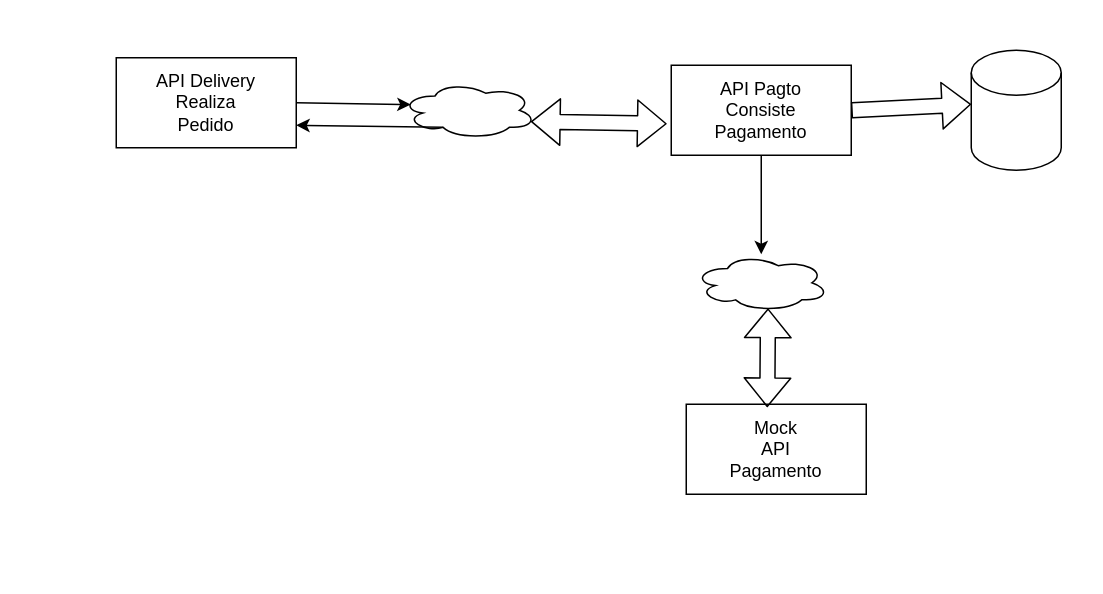
Before: devboost.dronedelivery/Document/Fluxo de Pagamento.drawio in frodoeric/-devboost.microservices, a draw.io diagram. Source tidied: cells renumbered, new cells numbered last; positions are measured from the earlier drawing's top-left corner, leaving out a move shared by most shapes. Both pictures are drawn from the tidied source at 150%, with x=0, y=0 at pixel (116, 50).
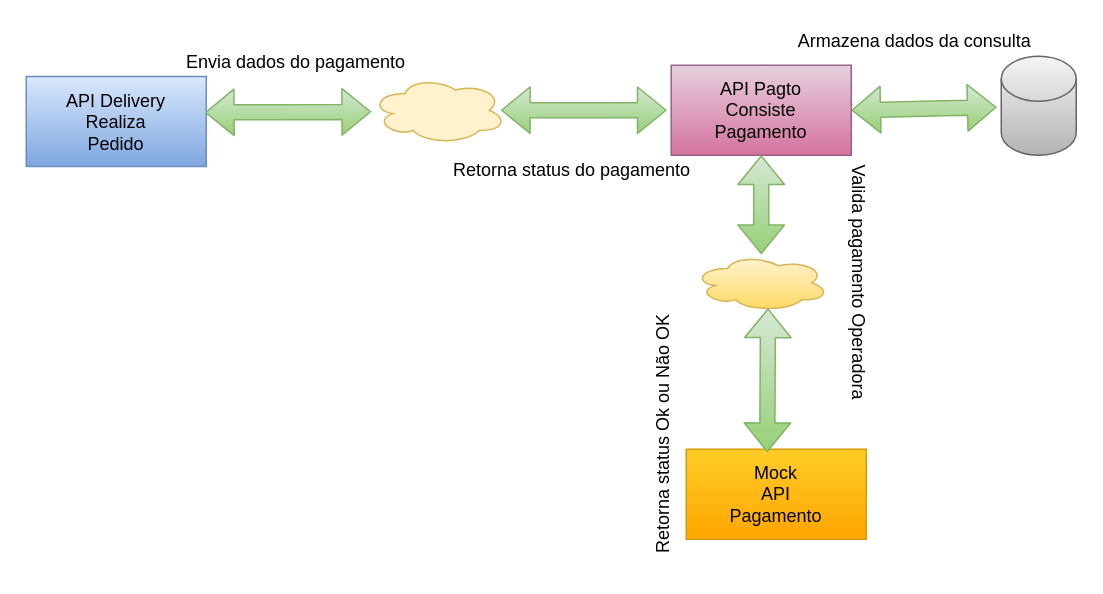
Above is the later version.

Commit message (it also covers changes not shown here):
Atualizado desenho do fluxo de pagamento

Change to the diagram source:
```diff
@@
 <mxGraphModel>
   <root>
     <mxCell id="0" />
     <mxCell id="1" parent="0" />
-    <mxCell id="2" value="API Delivery&lt;br&gt;Realiza&lt;br&gt;Pedido" style="rounded=0;whiteSpace=wrap;html=1;" parent="1" vertex="1">
-      <mxGeometry y="5" width="120" height="60" as="geometry" />
+    <mxCell id="2" value="API Delivery&lt;br&gt;Realiza&lt;br&gt;Pedido" style="rounded=0;whiteSpace=wrap;html=1;gradientColor=#7ea6e0;fillColor=#dae8fc;strokeColor=#6c8ebf;" parent="1" vertex="1">
+      <mxGeometry x="-60" y="17.5" width="120" height="60" as="geometry" />
     </mxCell>
-    <mxCell id="3" style="ellipse;shape=cloud;whiteSpace=wrap;html=1;" parent="1" vertex="1">
-      <mxGeometry x="190" y="21" width="90" height="38" as="geometry" />
+    <mxCell id="3" style="ellipse;shape=cloud;whiteSpace=wrap;html=1;fillColor=#fff2cc;strokeColor=#d6b656;" parent="1" vertex="1">
+      <mxGeometry x="170" y="17.5" width="90" height="45" as="geometry" />
     </mxCell>
-    <mxCell id="4" style="endArrow=classic;html=1;exitX=1;exitY=0.5;exitDx=0;exitDy=0;entryX=0.07;entryY=0.4;entryDx=0;entryDy=0;entryPerimeter=0;" parent="1" edge="1" source="2" target="3">
-      <mxGeometry relative="1" as="geometry" />
-    </mxCell>
-    <mxCell id="5" value="API Pagto&lt;br&gt;Consiste&lt;br&gt;Pagamento" style="rounded=0;whiteSpace=wrap;html=1;" parent="1" vertex="1">
+    <mxCell id="5" value="API Pagto&lt;br&gt;Consiste&lt;br&gt;Pagamento" style="rounded=0;whiteSpace=wrap;html=1;gradientColor=#d5739d;fillColor=#e6d0de;strokeColor=#996185;" parent="1" vertex="1">
       <mxGeometry x="370" y="10" width="120" height="60" as="geometry" />
     </mxCell>
-    <mxCell id="6" style="ellipse;shape=cloud;whiteSpace=wrap;html=1;" parent="1" vertex="1">
+    <mxCell id="6" style="ellipse;shape=cloud;whiteSpace=wrap;html=1;gradientColor=#ffd966;fillColor=#fff2cc;strokeColor=#d6b656;" parent="1" vertex="1">
       <mxGeometry x="385" y="136" width="90" height="38" as="geometry" />
     </mxCell>
-    <mxCell id="7" style="endArrow=classic;html=1;exitX=0.5;exitY=1;exitDx=0;exitDy=0;" parent="1" edge="1" source="5" target="6">
-      <mxGeometry relative="1" as="geometry" />
-    </mxCell>
-    <mxCell id="8" value="Mock&lt;br&gt;API&lt;br&gt;Pagamento" style="rounded=0;whiteSpace=wrap;html=1;" parent="1" vertex="1">
-      <mxGeometry x="380" y="236" width="120" height="60" as="geometry" />
+    <mxCell id="8" value="Mock&lt;br&gt;API&lt;br&gt;Pagamento" style="rounded=0;whiteSpace=wrap;html=1;gradientColor=#ffa500;fillColor=#ffcd28;strokeColor=#d79b00;" parent="1" vertex="1">
+      <mxGeometry x="380" y="266" width="120" height="60" as="geometry" />
     </mxCell>
-    <mxCell id="9" style="shape=flexArrow;endArrow=classic;startArrow=classic;html=1;exitX=0.45;exitY=0.033;exitDx=0;exitDy=0;exitPerimeter=0;entryX=0.55;entryY=0.95;entryDx=0;entryDy=0;entryPerimeter=0;" parent="1" edge="1" source="8" target="6">
+    <mxCell id="9" style="shape=flexArrow;endArrow=classic;startArrow=classic;html=1;exitX=0.45;exitY=0.033;exitDx=0;exitDy=0;exitPerimeter=0;entryX=0.55;entryY=0.95;entryDx=0;entryDy=0;entryPerimeter=0;gradientColor=#97d077;fillColor=#d5e8d4;strokeColor=#82b366;" parent="1" edge="1" source="8" target="6">
       <mxGeometry relative="1" as="geometry" />
     </mxCell>
-    <mxCell id="10" style="endArrow=classic;html=1;entryX=1;entryY=0.75;entryDx=0;entryDy=0;exitX=0.31;exitY=0.8;exitDx=0;exitDy=0;exitPerimeter=0;" parent="1" edge="1" source="3" target="2">
-      <mxGeometry relative="1" as="geometry" />
-    </mxCell>
-    <mxCell id="11" style="shape=flexArrow;endArrow=classic;startArrow=classic;html=1;exitX=0.96;exitY=0.7;exitDx=0;exitDy=0;exitPerimeter=0;entryX=-0.025;entryY=0.65;entryDx=0;entryDy=0;entryPerimeter=0;" parent="1" edge="1" source="3" target="5">
-      <mxGeometry relative="1" as="geometry" />
+    <mxCell id="11" style="shape=flexArrow;endArrow=classic;startArrow=classic;html=1;exitX=0.96;exitY=0.5;exitDx=0;exitDy=0;exitPerimeter=0;gradientColor=#97d077;fillColor=#d5e8d4;strokeColor=#82b366;" parent="1" edge="1" source="3">
+      <mxGeometry relative="1" as="geometry">
+        <mxPoint x="367" y="40" as="targetPoint" />
+      </mxGeometry>
     </mxCell>
-    <mxCell id="12" style="shape=cylinder2;whiteSpace=wrap;html=1;boundedLbl=1;backgroundOutline=1;size=15;" parent="1" vertex="1">
-      <mxGeometry x="570" width="60" height="80" as="geometry" />
+    <mxCell id="12" style="shape=cylinder2;whiteSpace=wrap;html=1;boundedLbl=1;backgroundOutline=1;size=15;gradientColor=#b3b3b3;fillColor=#f5f5f5;strokeColor=#666666;" parent="1" vertex="1">
+      <mxGeometry x="590" y="4" width="50" height="66" as="geometry" />
     </mxCell>
-    <mxCell id="13" style="shape=flexArrow;endArrow=classic;html=1;exitX=1;exitY=0.5;exitDx=0;exitDy=0;" parent="1" edge="1" source="5">
-      <mxGeometry relative="1" as="geometry">
-        <mxPoint x="570" y="36" as="targetPoint" />
-      </mxGeometry>
-    </mxCell>
+    <mxCell id="14" style="shape=flexArrow;endArrow=classic;startArrow=classic;html=1;exitX=0.992;exitY=0.4;exitDx=0;exitDy=0;exitPerimeter=0;gradientColor=#97d077;fillColor=#d5e8d4;strokeColor=#82b366;" parent="1" edge="1" source="2">
+      <mxGeometry relative="1" as="geometry">
+        <mxPoint x="170" y="41" as="targetPoint" />
+      </mxGeometry>
+    </mxCell>
+    <mxCell id="15" style="shape=flexArrow;endArrow=classic;startArrow=classic;html=1;gradientColor=#97d077;fillColor=#d5e8d4;strokeColor=#82b366;exitX=1;exitY=0.5;exitDx=0;exitDy=0;entryX=-0.06;entryY=0.515;entryDx=0;entryDy=0;entryPerimeter=0;" parent="1" edge="1" source="5" target="12">
+      <mxGeometry relative="1" as="geometry" />
+    </mxCell>
+    <mxCell id="7" style="shape=flexArrow;endArrow=classic;startArrow=classic;html=1;exitX=0.5;exitY=1;exitDx=0;exitDy=0;gradientColor=#97d077;fillColor=#d5e8d4;strokeColor=#82b366;" parent="1" edge="1" source="5" target="6">
+      <mxGeometry relative="1" as="geometry" />
+    </mxCell>
+    <mxCell id="16" value="Envia dados do pagamento" style="text;html=1;strokeColor=none;fillColor=none;align=center;verticalAlign=middle;whiteSpace=wrap;rounded=0;" parent="1" vertex="1">
+      <mxGeometry x="30" y="-2.5" width="180" height="20" as="geometry" />
+    </mxCell>
+    <mxCell id="17" value="Retorna status do pagamento" style="text;html=1;strokeColor=none;fillColor=none;align=center;verticalAlign=middle;whiteSpace=wrap;rounded=0;" parent="1" vertex="1">
+      <mxGeometry x="214" y="70" width="180" height="20" as="geometry" />
+    </mxCell>
+    <mxCell id="18" value="Armazena dados da consulta" style="text;html=1;strokeColor=none;fillColor=none;align=center;verticalAlign=middle;whiteSpace=wrap;rounded=0;" parent="1" vertex="1">
+      <mxGeometry x="440" y="-16" width="185" height="20" as="geometry" />
+    </mxCell>
+    <mxCell id="19" value="Valida pagamento Operadora" style="text;html=1;strokeColor=none;fillColor=none;align=center;verticalAlign=middle;whiteSpace=wrap;rounded=0;rotation=90;" parent="1" vertex="1">
+      <mxGeometry x="410" y="145" width="170" height="20" as="geometry" />
+    </mxCell>
+    <mxCell id="20" value="Retorna status Ok ou Não OK" style="text;html=1;strokeColor=none;fillColor=none;align=center;verticalAlign=middle;whiteSpace=wrap;rounded=0;rotation=-90;" parent="1" vertex="1">
+      <mxGeometry x="275" y="246" width="180" height="20" as="geometry" />
+    </mxCell>
   </root>
 </mxGraphModel>
```
